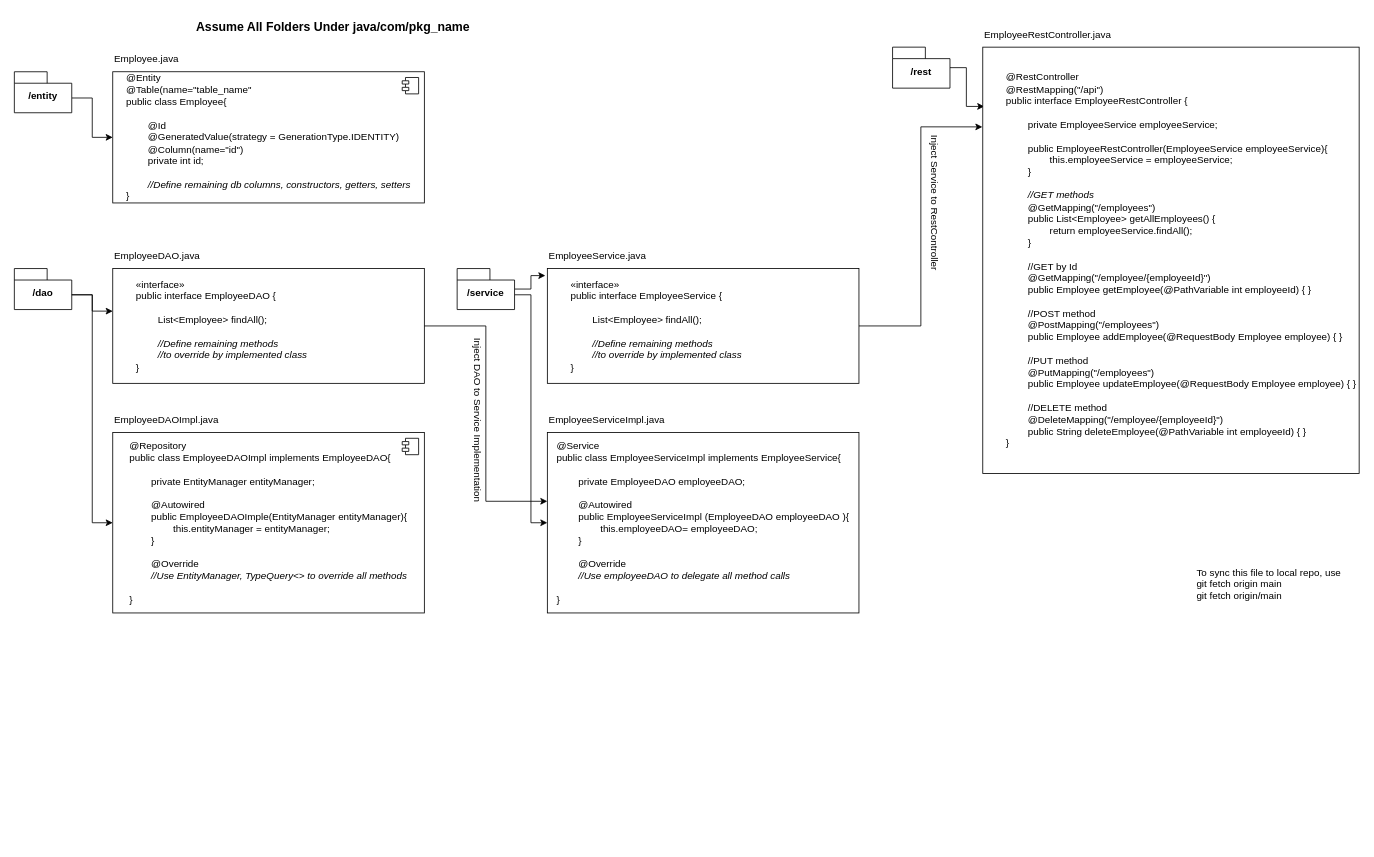
zinmyintnaung/spring-boot keeps this draw.io diagram as diagrams/SpringRESTArchitecture.drawio. Above is the earlier version. Source tidied: cells renumbered, new cells numbered last; positions are measured from the earlier drawing's top-left corner, leaving out a move shared by most shapes. Both pictures are drawn from the tidied source at 82%, with x=0, y=0 at pixel (14, 14).
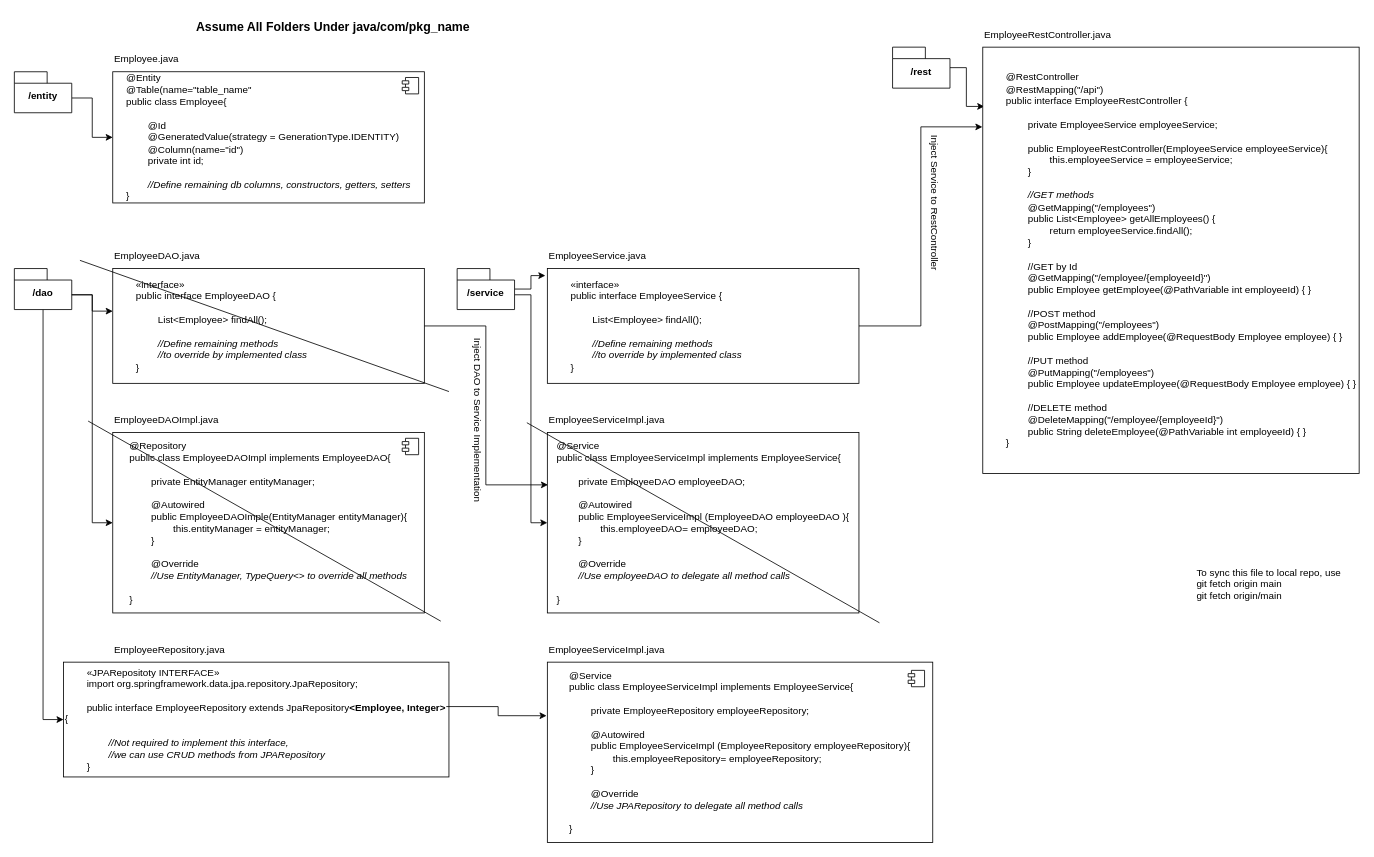
Above is the later version.

The change refers to these unchanged cells:
```xml
<mxCell id="6" value="/dao" style="shape=folder;fontStyle=1;spacingTop=10;tabWidth=40;tabHeight=14;tabPosition=left;html=1;whiteSpace=wrap;" parent="1" vertex="1">
  <mxGeometry y="310" width="70" height="50" as="geometry" />
</mxCell>
<mxCell id="12" value="&lt;span style=&quot;white-space: pre;&quot;&gt;&#9;&lt;/span&gt;«interface»&lt;br&gt;&lt;span style=&quot;white-space: pre;&quot;&gt;&#9;&lt;/span&gt;public interface EmployeeDAO {&lt;div&gt;&lt;br&gt;&lt;/div&gt;&lt;div&gt;&lt;span style=&quot;white-space: pre;&quot;&gt;&#9;&lt;span style=&quot;white-space: pre;&quot;&gt;&#9;&lt;/span&gt;List&amp;lt;Employee&amp;gt; findAll();&lt;/span&gt;&lt;/div&gt;&lt;div&gt;&lt;/div&gt;&lt;div&gt;&lt;span style=&quot;white-space: pre;&quot;&gt;&#9;&lt;/span&gt;&lt;br&gt;&lt;/div&gt;&lt;div&gt;&lt;span style=&quot;white-space: pre;&quot;&gt;&#9;&lt;/span&gt;&lt;span style=&quot;white-space: pre;&quot;&gt;&#9;&lt;/span&gt;&lt;i&gt;//Define remaining methods&amp;nbsp;&lt;/i&gt;&lt;/div&gt;&lt;div&gt;&lt;i&gt;&lt;span style=&quot;white-space: pre;&quot;&gt;&#9;&lt;/span&gt;&lt;span style=&quot;white-space: pre;&quot;&gt;&#9;&lt;/span&gt;//to override by implemented class&lt;/i&gt;&lt;br&gt;&lt;/div&gt;&lt;div&gt;&lt;span style=&quot;white-space: pre;&quot;&gt;&#9;&lt;/span&gt;}&lt;br&gt;&lt;/div&gt;" style="html=1;whiteSpace=wrap;align=left;" parent="1" vertex="1">
  <mxGeometry x="120" y="310" width="380" height="140" as="geometry" />
</mxCell>
<mxCell id="20" value="&lt;div style=&quot;text-align: left;&quot;&gt;&lt;span style=&quot;background-color: initial;&quot;&gt;@Service&lt;/span&gt;&lt;/div&gt;&lt;div style=&quot;text-align: left;&quot;&gt;&lt;span style=&quot;background-color: initial; text-align: center;&quot;&gt;public class EmployeeServiceImpl implements EmployeeService{&lt;/span&gt;&lt;br&gt;&lt;/div&gt;&lt;div style=&quot;text-align: left;&quot;&gt;&lt;span style=&quot;white-space: pre;&quot;&gt;&#9;&lt;/span&gt;&lt;br&gt;&lt;div style=&quot;text-align: left;&quot;&gt;&lt;span style=&quot;background-color: initial; text-align: center;&quot;&gt;&lt;span style=&quot;white-space: pre;&quot;&gt;&#9;&lt;/span&gt;private EmployeeDAO employeeDAO;&lt;/span&gt;&lt;/div&gt;&lt;div style=&quot;text-align: left;&quot;&gt;&lt;span style=&quot;white-space: pre;&quot;&gt;&#9;&lt;/span&gt;&lt;br&gt;&lt;/div&gt;&lt;div style=&quot;text-align: left;&quot;&gt;&lt;span style=&quot;white-space: pre;&quot;&gt;&#9;&lt;/span&gt;@Autowired&lt;br&gt;&lt;/div&gt;&lt;div style=&quot;text-align: left;&quot;&gt;&lt;span style=&quot;white-space: pre;&quot;&gt;&#9;&lt;/span&gt;public&amp;nbsp;&lt;span style=&quot;text-align: center;&quot;&gt;EmployeeServiceImpl&amp;nbsp;&lt;/span&gt;(&lt;span style=&quot;text-align: center;&quot;&gt;EmployeeDAO e&lt;/span&gt;&lt;span style=&quot;text-align: center;&quot;&gt;mployeeDAO&lt;/span&gt;&lt;span style=&quot;text-align: center;&quot;&gt;&amp;nbsp;&lt;/span&gt;){&lt;/div&gt;&lt;div style=&quot;text-align: left;&quot;&gt;&lt;span style=&quot;white-space: pre;&quot;&gt;&#9;&lt;/span&gt;&lt;span style=&quot;white-space: pre;&quot;&gt;&#9;&lt;/span&gt;this.&lt;span style=&quot;text-align: center;&quot;&gt;employeeDAO&lt;/span&gt;=&amp;nbsp;&lt;span style=&quot;text-align: center;&quot;&gt;employeeDAO&lt;/span&gt;;&lt;br&gt;&lt;/div&gt;&lt;div style=&quot;text-align: left;&quot;&gt;&lt;span style=&quot;white-space: pre;&quot;&gt;&#9;&lt;/span&gt;}&lt;br&gt;&lt;/div&gt;&lt;div style=&quot;text-align: left;&quot;&gt;&lt;br&gt;&lt;/div&gt;&lt;div style=&quot;text-align: left;&quot;&gt;&lt;span style=&quot;white-space: pre;&quot;&gt;&#9;&lt;/span&gt;@Override&lt;/div&gt;&lt;div style=&quot;text-align: left;&quot;&gt;&lt;span style=&quot;white-space: pre;&quot;&gt;&#9;&lt;/span&gt;&lt;i&gt;//Use employeeDAO to delegate all method calls&lt;/i&gt;&lt;br&gt;&lt;/div&gt;&lt;div style=&quot;text-align: left;&quot;&gt;&lt;span style=&quot;white-space: pre;&quot;&gt;&#9;&lt;/span&gt;&lt;br&gt;&lt;/div&gt;&lt;/div&gt;&lt;div style=&quot;text-align: left;&quot;&gt;}&lt;/div&gt;" style="html=1;whiteSpace=wrap;" parent="1" vertex="1">
  <mxGeometry x="650" y="510" width="380" height="220" as="geometry" />
</mxCell>
```

The edit, as a diff of the source:
```diff
@@
+    <mxCell id="32" style="edgeStyle=orthogonalEdgeStyle;rounded=0;jettySize=auto;html=1;exitX=0.5;exitY=1;exitDx=0;exitDy=0;exitPerimeter=0;entryX=0;entryY=0.5;entryDx=0;entryDy=0;" parent="1" edge="1" source="6" target="39">
+      <mxGeometry relative="1" as="geometry" />
+    </mxCell>
@@
-    <mxCell id="24" style="edgeStyle=orthogonalEdgeStyle;rounded=0;jettySize=auto;html=1;exitX=1;exitY=0.5;exitDx=0;exitDy=0;entryX=0;entryY=0.381;entryDx=0;entryDy=0;entryPerimeter=0;" parent="1" edge="1" source="12" target="20">
+    <mxCell id="24" style="edgeStyle=orthogonalEdgeStyle;rounded=0;jettySize=auto;html=1;exitX=1;exitY=0.5;exitDx=0;exitDy=0;entryX=0.002;entryY=0.29;entryDx=0;entryDy=0;entryPerimeter=0;" parent="1" edge="1" source="12" target="20">
       <mxGeometry relative="1" as="geometry" />
     </mxCell>
@@
+    <mxCell id="33" value="&lt;div style=&quot;text-align: left;&quot;&gt;&lt;span style=&quot;background-color: initial;&quot;&gt;@Service&lt;/span&gt;&lt;/div&gt;&lt;div style=&quot;text-align: left;&quot;&gt;&lt;span style=&quot;background-color: initial; text-align: center;&quot;&gt;public class EmployeeServiceImpl implements EmployeeService{&lt;/span&gt;&lt;br&gt;&lt;/div&gt;&lt;div style=&quot;text-align: left;&quot;&gt;&lt;span style=&quot;white-space: pre;&quot;&gt;&#9;&lt;/span&gt;&lt;br&gt;&lt;div style=&quot;text-align: left;&quot;&gt;&lt;span style=&quot;background-color: initial; text-align: center;&quot;&gt;&lt;span style=&quot;white-space: pre;&quot;&gt;&#9;&lt;/span&gt;private EmployeeRepository employeeRepository;&lt;/span&gt;&lt;/div&gt;&lt;div style=&quot;text-align: left;&quot;&gt;&lt;span style=&quot;white-space: pre;&quot;&gt;&#9;&lt;/span&gt;&lt;br&gt;&lt;/div&gt;&lt;div style=&quot;text-align: left;&quot;&gt;&lt;span style=&quot;white-space: pre;&quot;&gt;&#9;&lt;/span&gt;@Autowired&lt;br&gt;&lt;/div&gt;&lt;div style=&quot;text-align: left;&quot;&gt;&lt;span style=&quot;white-space: pre;&quot;&gt;&#9;&lt;/span&gt;public&amp;nbsp;&lt;span style=&quot;text-align: center;&quot;&gt;EmployeeServiceImpl&amp;nbsp;&lt;/span&gt;(&lt;span style=&quot;text-align: center;&quot;&gt;EmployeeRepository&amp;nbsp;&lt;/span&gt;&lt;span style=&quot;text-align: center;&quot;&gt;employeeRepository&lt;/span&gt;){&lt;/div&gt;&lt;div style=&quot;text-align: left;&quot;&gt;&lt;span style=&quot;white-space: pre;&quot;&gt;&#9;&lt;/span&gt;&lt;span style=&quot;white-space: pre;&quot;&gt;&#9;&lt;/span&gt;this.&lt;span style=&quot;text-align: center;&quot;&gt;employeeRepository&lt;/span&gt;=&amp;nbsp;&lt;span style=&quot;text-align: center;&quot;&gt;employeeRepository&lt;/span&gt;;&lt;br&gt;&lt;/div&gt;&lt;div style=&quot;text-align: left;&quot;&gt;&lt;span style=&quot;white-space: pre;&quot;&gt;&#9;&lt;/span&gt;}&lt;br&gt;&lt;/div&gt;&lt;div style=&quot;text-align: left;&quot;&gt;&lt;br&gt;&lt;/div&gt;&lt;div style=&quot;text-align: left;&quot;&gt;&lt;span style=&quot;white-space: pre;&quot;&gt;&#9;&lt;/span&gt;@Override&lt;/div&gt;&lt;div style=&quot;text-align: left;&quot;&gt;&lt;span style=&quot;white-space: pre;&quot;&gt;&#9;&lt;/span&gt;&lt;i&gt;//Use JPARepository to delegate all method calls&lt;/i&gt;&lt;br&gt;&lt;/div&gt;&lt;div style=&quot;text-align: left;&quot;&gt;&lt;span style=&quot;white-space: pre;&quot;&gt;&#9;&lt;/span&gt;&lt;br&gt;&lt;/div&gt;&lt;/div&gt;&lt;div style=&quot;text-align: left;&quot;&gt;}&lt;/div&gt;" style="html=1;whiteSpace=wrap;" parent="1" vertex="1">
+      <mxGeometry x="650" y="790" width="470" height="220" as="geometry" />
+    </mxCell>
+    <mxCell id="34" value="EmployeeServiceImpl.java" style="text;strokeColor=none;align=left;fillColor=none;html=1;verticalAlign=middle;whiteSpace=wrap;rounded=0;" parent="1" vertex="1">
+      <mxGeometry x="650" y="760" width="60" height="30" as="geometry" />
+    </mxCell>
+    <mxCell id="35" style="endArrow=none;html=1;rounded=0;" parent="1" edge="1">
+      <mxGeometry relative="1" as="geometry">
+        <mxPoint x="530" y="460" as="sourcePoint" />
+        <mxPoint x="80" y="300" as="targetPoint" />
+      </mxGeometry>
+    </mxCell>
+    <mxCell id="36" style="endArrow=none;html=1;rounded=0;" parent="1" edge="1">
+      <mxGeometry relative="1" as="geometry">
+        <mxPoint x="520" y="740" as="sourcePoint" />
+        <mxPoint x="90" y="496" as="targetPoint" />
+      </mxGeometry>
+    </mxCell>
+    <mxCell id="37" style="endArrow=none;html=1;rounded=0;" parent="1" edge="1">
+      <mxGeometry relative="1" as="geometry">
+        <mxPoint x="1055" y="742" as="sourcePoint" />
+        <mxPoint x="625" y="498" as="targetPoint" />
+      </mxGeometry>
+    </mxCell>
+    <mxCell id="38" style="shape=module;jettyWidth=8;jettyHeight=4;" parent="1" vertex="1">
+      <mxGeometry x="1090" y="800" width="20" height="20" as="geometry" />
+    </mxCell>
+    <mxCell id="39" value="&lt;span style=&quot;white-space: pre;&quot;&gt;&#9;&lt;/span&gt;«JPARepositoty INTERFACE»&lt;br&gt;&lt;span style=&quot;white-space: pre;&quot;&gt;&#9;&lt;/span&gt;import org.springframework.data.jpa.repository.JpaRepository;&lt;div&gt;&lt;br&gt;&lt;div&gt;&lt;span style=&quot;white-space: pre;&quot;&gt;&#9;&lt;/span&gt;public interface EmployeeRepository extends JpaRepository&lt;b&gt;&amp;lt;Employee, Integer&amp;gt;&lt;/b&gt;{&lt;div&gt;&lt;br&gt;&lt;/div&gt;&lt;div&gt;&lt;span style=&quot;white-space: pre;&quot;&gt;&#9;&lt;span style=&quot;white-space: pre;&quot;&gt;&#9;&lt;/span&gt;&lt;i&gt;/&lt;/i&gt;&lt;/span&gt;&lt;i&gt;/Not required to implement this interface,&amp;nbsp;&lt;/i&gt;&lt;/div&gt;&lt;div&gt;&lt;i&gt;&lt;span style=&quot;white-space: pre;&quot;&gt;&#9;&lt;/span&gt;&lt;span style=&quot;white-space: pre;&quot;&gt;&#9;&lt;/span&gt;//we can use CRUD methods from JPARepository&lt;/i&gt;&lt;/div&gt;&lt;div&gt;&lt;span style=&quot;white-space: pre;&quot;&gt;&#9;&lt;/span&gt;}&lt;br&gt;&lt;/div&gt;&lt;/div&gt;&lt;/div&gt;" style="html=1;whiteSpace=wrap;align=left;" parent="1" vertex="1">
+      <mxGeometry x="60" y="790" width="470" height="140" as="geometry" />
+    </mxCell>
+    <mxCell id="40" value="EmployeeRepository.java" style="text;strokeColor=none;align=left;fillColor=none;html=1;verticalAlign=middle;whiteSpace=wrap;rounded=0;" parent="1" vertex="1">
+      <mxGeometry x="120" y="760" width="60" height="30" as="geometry" />
+    </mxCell>
+    <mxCell id="41" style="edgeStyle=orthogonalEdgeStyle;rounded=0;jettySize=auto;html=1;exitX=0.993;exitY=0.387;exitDx=0;exitDy=0;entryX=-0.002;entryY=0.297;entryDx=0;entryDy=0;entryPerimeter=0;exitPerimeter=0;" parent="1" edge="1" source="39" target="33">
+      <mxGeometry relative="1" as="geometry" />
+    </mxCell>
```
